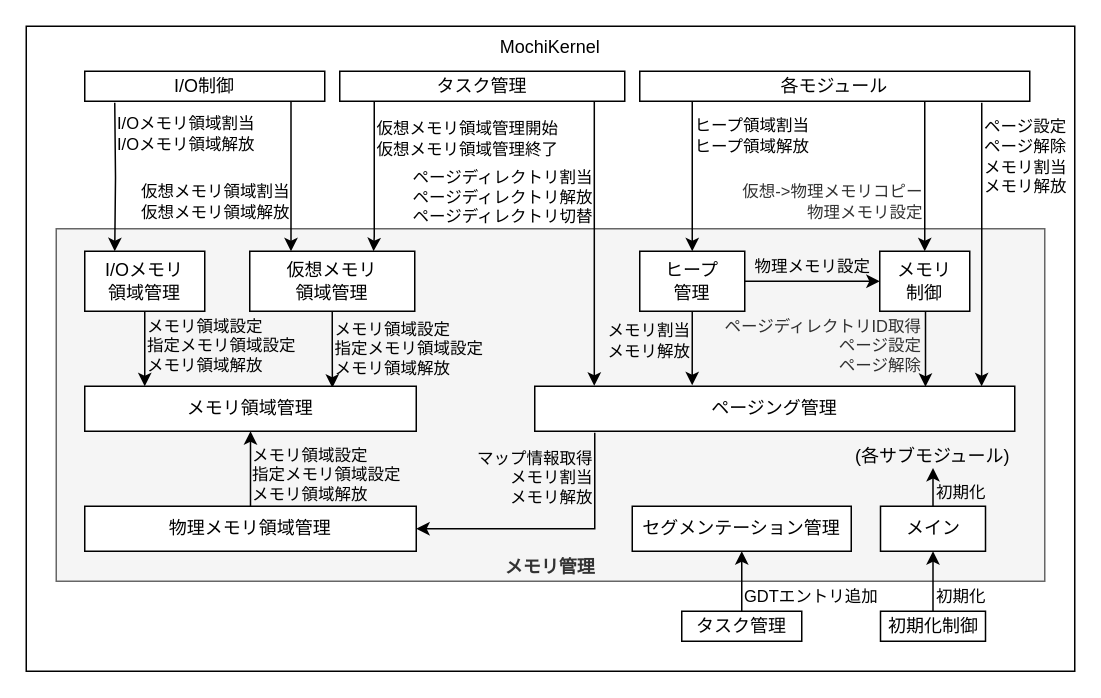
The draw.io diagram docs/docs/internal/Memmng/submodule.drawio in MasterMochi/MochiKernel, before the edit. Source tidied: cells renumbered, new cells numbered last; positions are measured from the earlier drawing's top-left corner, leaving out a move shared by most shapes. Both pictures are drawn from the tidied source at 150%, with x=0, y=0 at pixel (26, 26).
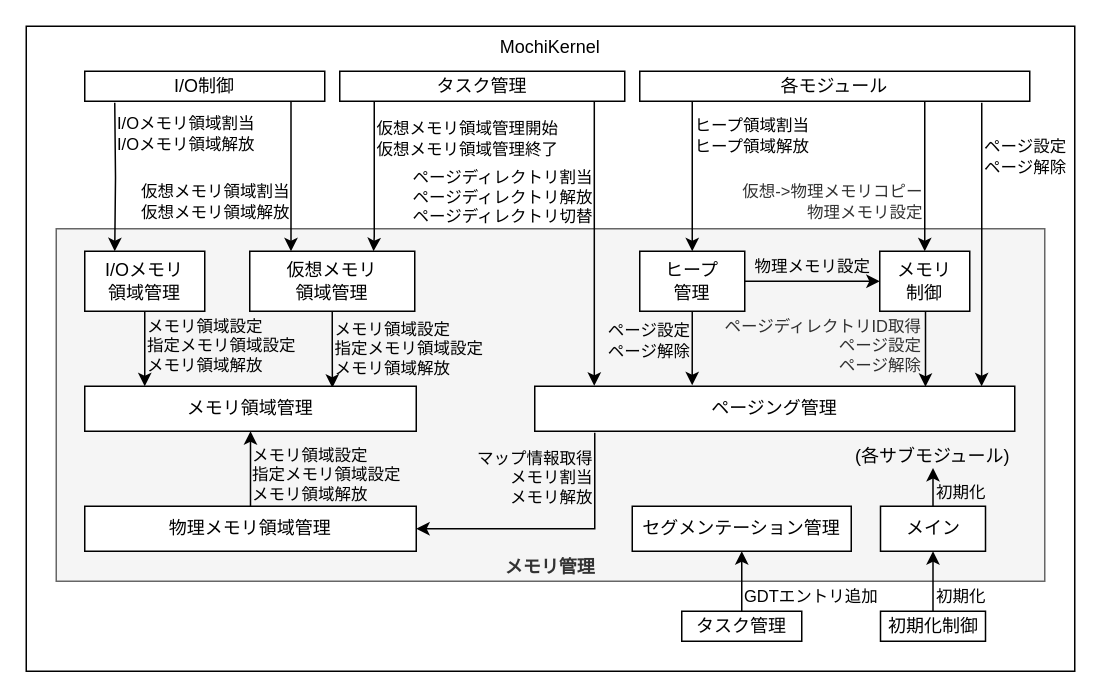
The same page after the edit.

Unchanged cells that the change refers to:
```xml
<mxCell id="20" value="ヒープ&lt;br&gt;管理" style="rounded=0;whiteSpace=wrap;html=1;" parent="1" vertex="1">
  <mxGeometry x="409" y="150" width="70" height="40" as="geometry" />
</mxCell>
<mxCell id="27" value="ページング管理" style="rounded=0;whiteSpace=wrap;html=1;" parent="1" vertex="1">
  <mxGeometry x="339" y="240" width="320" height="30" as="geometry" />
</mxCell>
```

The edit, as a diff of the source:
```diff
@@
-    <mxCell id="8" value="ページ設定&lt;br&gt;ページ解除&lt;br&gt;メモリ割当&lt;br&gt;メモリ解放" style="edgeStyle=orthogonalEdgeStyle;rounded=0;jettySize=auto;html=1;align=left;entryX=0.931;entryY=0;entryDx=0;entryDy=0;entryPerimeter=0;" parent="1" edge="1" target="27">
+    <mxCell id="8" value="ページ設定&lt;br&gt;ページ解除" style="edgeStyle=orthogonalEdgeStyle;rounded=0;jettySize=auto;html=1;align=left;entryX=0.931;entryY=0;entryDx=0;entryDy=0;entryPerimeter=0;" parent="1" edge="1" target="27">
       <mxGeometry x="0.33" y="-90" relative="1" as="geometry">
         <mxPoint x="637" y="51" as="sourcePoint" />
         <Array as="points">
           <mxPoint x="637" y="170" />
           <mxPoint x="637" y="170" />
         </Array>
         <mxPoint x="90" y="-90" as="offset" />
       </mxGeometry>
     </mxCell>
@@
-    <mxCell id="19" value="&lt;span style=&quot;color: rgb(0, 0, 0); font-family: helvetica; font-size: 11px; font-style: normal; font-weight: 400; letter-spacing: normal; text-indent: 0px; text-transform: none; word-spacing: 0px; display: inline; float: none;&quot;&gt;メモリ割当&lt;/span&gt;&lt;br style=&quot;color: rgb(0, 0, 0); font-family: helvetica; font-size: 11px; font-style: normal; font-weight: 400; letter-spacing: normal; text-indent: 0px; text-transform: none; word-spacing: 0px;&quot;&gt;&lt;span style=&quot;color: rgb(0, 0, 0); font-family: helvetica; font-size: 11px; font-style: normal; font-weight: 400; letter-spacing: normal; text-indent: 0px; text-transform: none; word-spacing: 0px; display: inline; float: none;&quot;&gt;メモリ解放&lt;/span&gt;" style="edgeStyle=orthogonalEdgeStyle;rounded=0;jettySize=auto;html=1;align=right;exitX=0.5;exitY=1;exitDx=0;exitDy=0;entryX=0.328;entryY=-0.022;entryDx=0;entryDy=0;entryPerimeter=0;labelBackgroundColor=none;" parent="1" edge="1" source="20" target="27">
+    <mxCell id="19" value="&lt;font face=&quot;helvetica&quot;&gt;ページ設定&lt;/font&gt;&lt;div&gt;&lt;font face=&quot;helvetica&quot;&gt;ページ解除&lt;/font&gt;&lt;/div&gt;" style="edgeStyle=orthogonalEdgeStyle;rounded=0;jettySize=auto;html=1;align=right;exitX=0.5;exitY=1;exitDx=0;exitDy=0;entryX=0.328;entryY=-0.022;entryDx=0;entryDy=0;entryPerimeter=0;labelBackgroundColor=none;" parent="1" edge="1" source="20" target="27">
       <mxGeometry x="-0.19" relative="1" as="geometry">
         <Array as="points">
           <mxPoint x="444" y="210" />
           <mxPoint x="444" y="210" />
         </Array>
       </mxGeometry>
     </mxCell>
```
